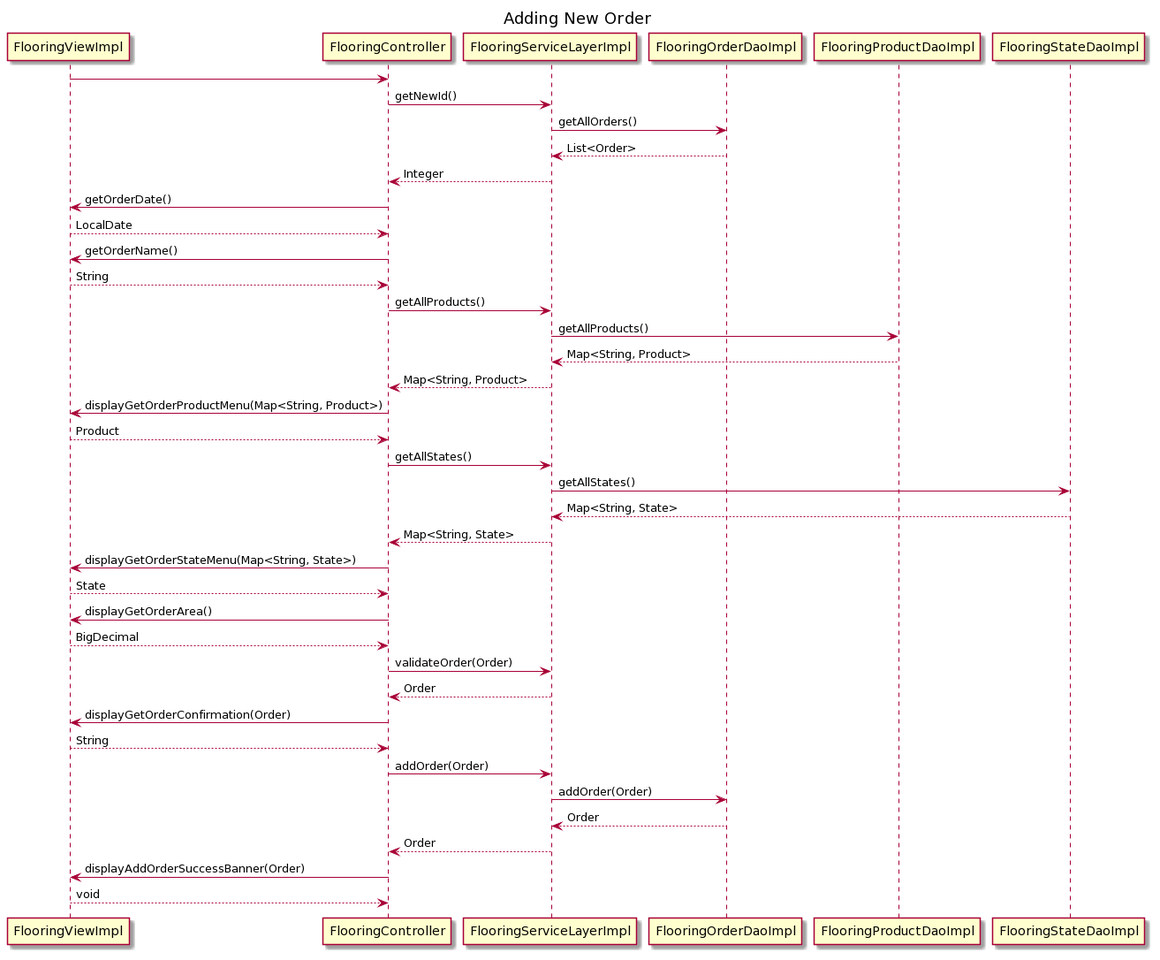
rtdonin/JavaClasswork keeps this PlantUML diagram as UML/FloorPlanning/FloorPlanningSequenceDiagramAddOrder.png. Above is the earlier version.
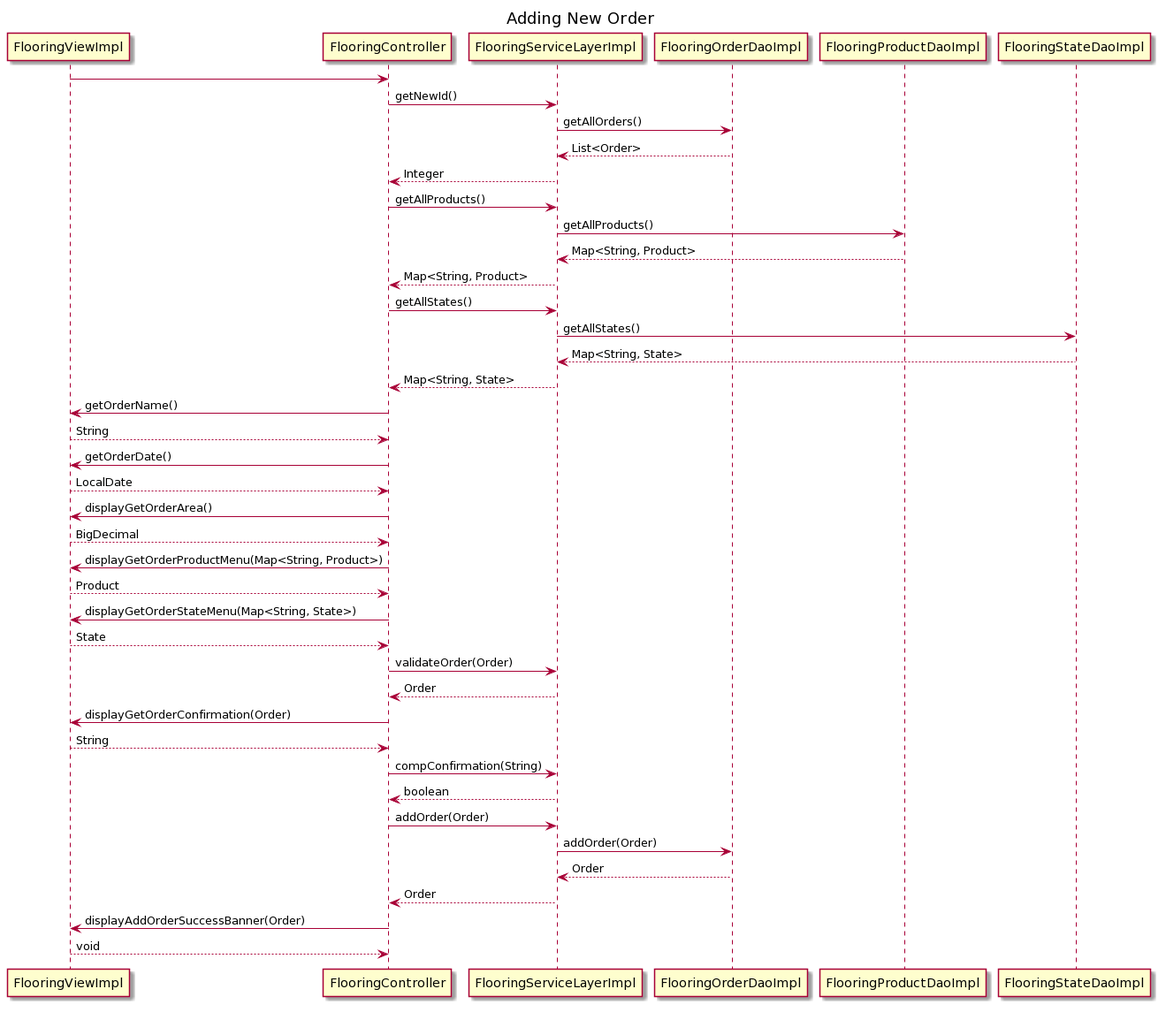
The same file after the commit.

The edit, as a diff of the source:
```diff
@@ -9,28 +9,30 @@
 FlooringServiceLayerImpl -> FlooringOrderDaoImpl : getAllOrders()
 FlooringOrderDaoImpl --> FlooringServiceLayerImpl : List<Order>
 FlooringServiceLayerImpl --> FlooringController : Integer
-FlooringController -> FlooringViewImpl : getOrderDate()
-FlooringViewImpl --> FlooringController : LocalDate
-FlooringController -> FlooringViewImpl : getOrderName()
-FlooringViewImpl --> FlooringController : String
 FlooringController -> FlooringServiceLayerImpl : getAllProducts()
 FlooringServiceLayerImpl -> FlooringProductDaoImpl : getAllProducts()
 FlooringProductDaoImpl --> FlooringServiceLayerImpl : Map<String, Product>
 FlooringServiceLayerImpl --> FlooringController : Map<String, Product>
-FlooringController -> FlooringViewImpl : displayGetOrderProductMenu(Map<String, Product>)
-FlooringViewImpl --> FlooringController : Product
 FlooringController -> FlooringServiceLayerImpl : getAllStates()
 FlooringServiceLayerImpl -> FlooringStateDaoImpl : getAllStates()
 FlooringStateDaoImpl --> FlooringServiceLayerImpl : Map<String, State>
 FlooringServiceLayerImpl --> FlooringController : Map<String, State>
+FlooringController -> FlooringViewImpl : getOrderName()
+FlooringViewImpl --> FlooringController : String
+FlooringController -> FlooringViewImpl : getOrderDate()
+FlooringViewImpl --> FlooringController : LocalDate
+FlooringController -> FlooringViewImpl : displayGetOrderArea()
+FlooringViewImpl --> FlooringController : BigDecimal
+FlooringController -> FlooringViewImpl : displayGetOrderProductMenu(Map<String, Product>)
+FlooringViewImpl --> FlooringController : Product
 FlooringController -> FlooringViewImpl : displayGetOrderStateMenu(Map<String, State>)
 FlooringViewImpl --> FlooringController : State
-FlooringController -> FlooringViewImpl : displayGetOrderArea()
-FlooringViewImpl --> FlooringController : BigDecimal
 FlooringController -> FlooringServiceLayerImpl : validateOrder(Order)
 FlooringServiceLayerImpl --> FlooringController : Order
 FlooringController -> FlooringViewImpl : displayGetOrderConfirmation(Order)
 FlooringViewImpl --> FlooringController : String
+FlooringController -> FlooringServiceLayerImpl : compConfirmation(String)
+FlooringServiceLayerImpl --> FlooringController : boolean
 FlooringController -> FlooringServiceLayerImpl : addOrder(Order)
 FlooringServiceLayerImpl -> FlooringOrderDaoImpl : addOrder(Order)
 FlooringOrderDaoImpl --> FlooringServiceLayerImpl : Order
```
